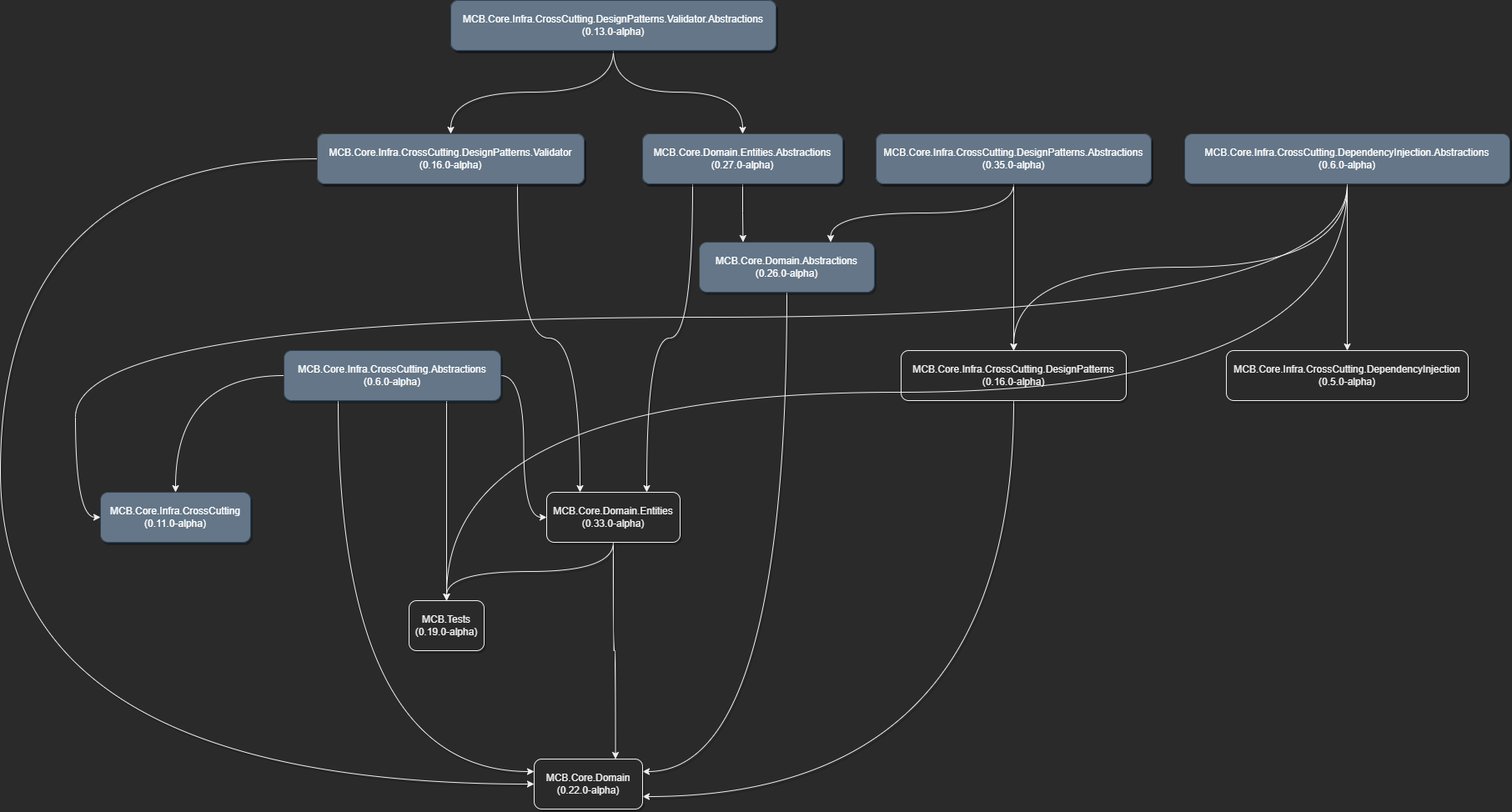
Earlier version of the draw.io export Core/diagrams/exported/core-overview.drawio.png (MarceloCas/Docs). Source tidied: cells renumbered, new cells last; positions are measured from the earlier drawing's top-left corner, leaving out a move shared by most shapes.
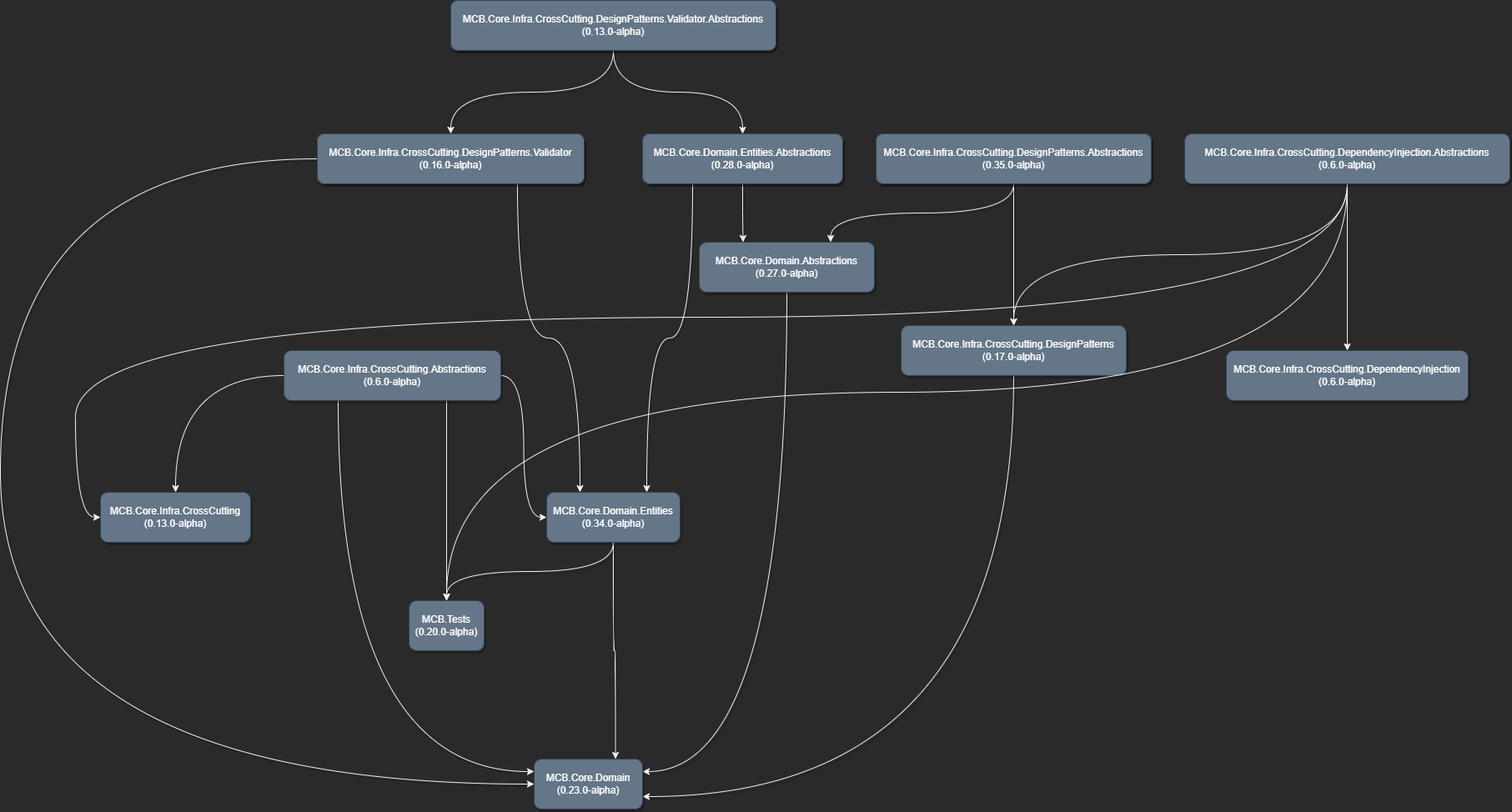
After the commit.

Commit message:
doc: update package versions

Change to the diagram source:
```diff
@@ -29,8 +29,8 @@
     <mxCell id="10" style="edgeStyle=orthogonalEdgeStyle;rounded=1;jettySize=auto;html=1;exitX=0.5;exitY=1;exitDx=0;exitDy=0;entryX=1;entryY=0.75;entryDx=0;entryDy=0;shadow=1;curved=1;" parent="1" edge="1" source="11" target="23">
       <mxGeometry relative="1" as="geometry" />
     </mxCell>
-    <mxCell id="11" value="MCB.Core.Infra.CrossCutting.DesignPatterns&lt;br&gt;(0.16.0-alpha)" style="rounded=1;whiteSpace=wrap;html=1;shadow=1;" parent="1" vertex="1">
-      <mxGeometry x="1080" y="420" width="270" height="60" as="geometry" />
+    <mxCell id="11" value="MCB.Core.Infra.CrossCutting.DesignPatterns&lt;br&gt;(0.17.0-alpha)" style="rounded=1;whiteSpace=wrap;html=1;shadow=1;fillColor=#647687;fontColor=#ffffff;strokeColor=#314354;" parent="1" vertex="1">
+      <mxGeometry x="1080" y="390" width="270" height="60" as="geometry" />
     </mxCell>
     <mxCell id="12" style="edgeStyle=orthogonalEdgeStyle;rounded=1;jettySize=auto;html=1;exitX=0.5;exitY=1;exitDx=0;exitDy=0;shadow=1;curved=1;" parent="1" edge="1" source="14" target="17">
       <mxGeometry relative="1" as="geometry" />
@@ -67,10 +67,10 @@
     <mxCell id="21" style="edgeStyle=orthogonalEdgeStyle;rounded=1;jettySize=auto;html=1;exitX=0.5;exitY=1;exitDx=0;exitDy=0;entryX=1;entryY=0.25;entryDx=0;entryDy=0;shadow=1;curved=1;" parent="1" edge="1" source="22" target="23">
       <mxGeometry relative="1" as="geometry" />
     </mxCell>
-    <mxCell id="22" value="MCB.Core.Domain.Abstractions&lt;br&gt;(0.26.0-alpha)" style="rounded=1;whiteSpace=wrap;html=1;shadow=1;fillColor=#647687;strokeColor=#314354;fontColor=#ffffff;" parent="1" vertex="1">
+    <mxCell id="22" value="MCB.Core.Domain.Abstractions&lt;br&gt;(0.27.0-alpha)" style="rounded=1;whiteSpace=wrap;html=1;shadow=1;fillColor=#647687;strokeColor=#314354;fontColor=#ffffff;" parent="1" vertex="1">
       <mxGeometry x="838" y="290" width="210" height="60" as="geometry" />
     </mxCell>
-    <mxCell id="23" value="MCB.Core.Domain&lt;br&gt;(0.22.0-alpha)" style="rounded=1;whiteSpace=wrap;html=1;shadow=1;" parent="1" vertex="1">
+    <mxCell id="23" value="MCB.Core.Domain&lt;br&gt;(0.23.0-alpha)" style="rounded=1;whiteSpace=wrap;html=1;shadow=1;fillColor=#647687;fontColor=#ffffff;strokeColor=#314354;" parent="1" vertex="1">
       <mxGeometry x="640" y="910" width="130" height="60" as="geometry" />
     </mxCell>
     <mxCell id="24" style="edgeStyle=orthogonalEdgeStyle;rounded=1;jettySize=auto;html=1;exitX=0.5;exitY=1;exitDx=0;exitDy=0;entryX=0.75;entryY=0;entryDx=0;entryDy=0;shadow=1;curved=1;" parent="1" edge="1" source="26" target="23">
@@ -79,10 +79,10 @@
     <mxCell id="25" style="edgeStyle=orthogonalEdgeStyle;rounded=0;jettySize=auto;html=1;entryX=0.5;entryY=1;entryDx=0;entryDy=0;exitX=0.5;exitY=0;exitDx=0;exitDy=0;startArrow=classic;startFill=1;endArrow=none;endFill=0;shadow=1;curved=1;" parent="1" edge="1" source="27" target="26">
       <mxGeometry relative="1" as="geometry" />
     </mxCell>
-    <mxCell id="26" value="MCB.Core.Domain.Entities&lt;br&gt;(0.33.0-alpha)" style="rounded=1;whiteSpace=wrap;html=1;shadow=1;" parent="1" vertex="1">
+    <mxCell id="26" value="MCB.Core.Domain.Entities&lt;br&gt;(0.34.0-alpha)" style="rounded=1;whiteSpace=wrap;html=1;shadow=1;fillColor=#647687;fontColor=#ffffff;strokeColor=#314354;" parent="1" vertex="1">
       <mxGeometry x="655" y="590" width="160" height="60" as="geometry" />
     </mxCell>
-    <mxCell id="27" value="MCB.Tests&lt;br&gt;(0.19.0-alpha)" style="rounded=1;whiteSpace=wrap;html=1;shadow=1;" parent="1" vertex="1">
+    <mxCell id="27" value="MCB.Tests&lt;br&gt;(0.20.0-alpha)" style="rounded=1;whiteSpace=wrap;html=1;shadow=1;fillColor=#647687;fontColor=#ffffff;strokeColor=#314354;" parent="1" vertex="1">
       <mxGeometry x="490" y="720" width="90" height="60" as="geometry" />
     </mxCell>
     <mxCell id="28" style="edgeStyle=orthogonalEdgeStyle;rounded=0;jettySize=auto;html=1;exitX=0.5;exitY=1;exitDx=0;exitDy=0;entryX=0.5;entryY=0;entryDx=0;entryDy=0;curved=1;" parent="1" edge="1" source="32" target="11">
@@ -106,10 +106,10 @@
     <mxCell id="32" value="MCB.Core.Infra.CrossCutting.DependencyInjection.Abstractions&lt;br&gt;(0.6.0-alpha)" style="rounded=1;whiteSpace=wrap;html=1;shadow=1;fillColor=#647687;strokeColor=#314354;fontColor=#ffffff;" parent="1" vertex="1">
       <mxGeometry x="1420" y="160" width="390" height="60" as="geometry" />
     </mxCell>
-    <mxCell id="33" value="MCB.Core.Infra.CrossCutting.DependencyInjection&lt;br&gt;(0.5.0-alpha)" style="rounded=1;whiteSpace=wrap;html=1;shadow=1;" parent="1" vertex="1">
+    <mxCell id="33" value="MCB.Core.Infra.CrossCutting.DependencyInjection&lt;br&gt;(0.6.0-alpha)" style="rounded=1;whiteSpace=wrap;html=1;shadow=1;fillColor=#647687;fontColor=#ffffff;strokeColor=#314354;" parent="1" vertex="1">
       <mxGeometry x="1470" y="420" width="290" height="60" as="geometry" />
     </mxCell>
-    <mxCell id="34" value="MCB.Core.Infra.CrossCutting&lt;br&gt;(0.11.0-alpha)" style="rounded=1;whiteSpace=wrap;html=1;shadow=1;fillColor=#647687;strokeColor=#314354;fontColor=#ffffff;" parent="1" vertex="1">
+    <mxCell id="34" value="MCB.Core.Infra.CrossCutting&lt;br&gt;(0.13.0-alpha)" style="rounded=1;whiteSpace=wrap;html=1;shadow=1;fillColor=#647687;strokeColor=#314354;fontColor=#ffffff;" parent="1" vertex="1">
       <mxGeometry x="120" y="590" width="180" height="60" as="geometry" />
     </mxCell>
     <mxCell id="35" value="MCB.Core.Infra.CrossCutting.DesignPatterns.Validator.Abstractions&lt;br&gt;(0.13.0-alpha)" style="rounded=1;whiteSpace=wrap;html=1;shadow=1;fillColor=#647687;strokeColor=#314354;fontColor=#ffffff;" parent="1" vertex="1">
@@ -118,7 +118,7 @@
     <mxCell id="36" value="MCB.Core.Infra.CrossCutting.DesignPatterns.Validator&lt;br&gt;(0.16.0-alpha)" style="rounded=1;whiteSpace=wrap;html=1;shadow=1;fillColor=#647687;strokeColor=#314354;fontColor=#ffffff;" parent="1" vertex="1">
       <mxGeometry x="380" y="160" width="320" height="60" as="geometry" />
     </mxCell>
-    <mxCell id="37" value="MCB.Core.Domain.Entities.Abstractions&lt;br&gt;(0.27.0-alpha)" style="rounded=1;whiteSpace=wrap;html=1;shadow=1;fillColor=#647687;strokeColor=#314354;fontColor=#ffffff;" parent="1" vertex="1">
+    <mxCell id="37" value="MCB.Core.Domain.Entities.Abstractions&lt;br&gt;(0.28.0-alpha)" style="rounded=1;whiteSpace=wrap;html=1;shadow=1;fillColor=#647687;strokeColor=#314354;fontColor=#ffffff;" parent="1" vertex="1">
       <mxGeometry x="770" y="160" width="240" height="60" as="geometry" />
     </mxCell>
     <mxCell id="38" value="MCB.Core.Infra.CrossCutting.DesignPatterns.Abstractions&lt;br&gt;(0.35.0-alpha)" style="rounded=1;whiteSpace=wrap;html=1;shadow=1;fillColor=#647687;strokeColor=#314354;fontColor=#ffffff;" parent="1" vertex="1">
```
